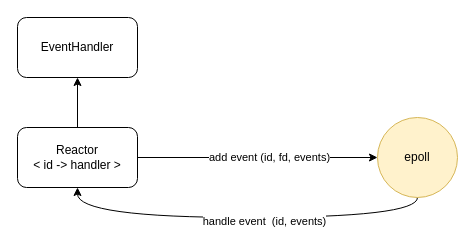
pilife/Draw.io keeps this draw.io diagram as Reactor.drawio. Above is the earlier version. Source tidied: cells renumbered, new cells numbered last; positions are measured from the earlier drawing's top-left corner, leaving out a move shared by most shapes. Both pictures are drawn from the tidied source at 100%, with x=0, y=0 at pixel (17, 17).
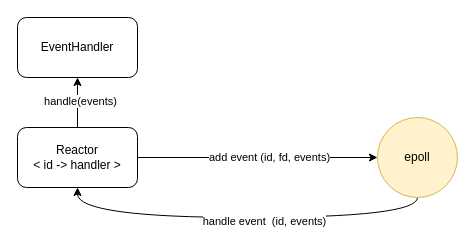
The same page after the edit.

Diff of the diagram source:
```diff
@@
 <mxGraphModel>
   <root>
     <mxCell id="0" />
     <mxCell id="1" parent="0" />
     <mxCell id="2" style="edgeStyle=orthogonalEdgeStyle;rounded=0;jettySize=auto;html=1;entryX=0.5;entryY=1;entryDx=0;entryDy=0;curved=1;" parent="1" edge="1" source="4" target="8">
       <mxGeometry relative="1" as="geometry">
         <Array as="points">
           <mxPoint x="400" y="200" />
           <mxPoint x="60" y="200" />
         </Array>
       </mxGeometry>
     </mxCell>
     <mxCell id="3" value="handle event&amp;nbsp; (id, events)" style="edgeLabel;html=1;align=center;verticalAlign=middle;" parent="2" vertex="1">
       <mxGeometry x="-0.11" y="3" relative="1" as="geometry" />
     </mxCell>
     <mxCell id="4" value="epoll" style="ellipse;whiteSpace=wrap;html=1;fillColor=#fff2cc;strokeColor=#d6b656;" parent="1" vertex="1">
       <mxGeometry x="360" y="100" width="80" height="80" as="geometry" />
     </mxCell>
     <mxCell id="5" style="edgeStyle=orthogonalEdgeStyle;rounded=0;jettySize=auto;html=1;" parent="1" edge="1" source="8" target="4">
       <mxGeometry relative="1" as="geometry" />
     </mxCell>
     <mxCell id="6" value="add event (id, fd, events)" style="edgeLabel;html=1;align=center;verticalAlign=middle;" parent="5" vertex="1">
       <mxGeometry x="0.09" y="2" relative="1" as="geometry">
         <mxPoint y="1" as="offset" />
       </mxGeometry>
     </mxCell>
     <mxCell id="7" style="rounded=0;jettySize=auto;html=1;exitX=0.5;exitY=0;exitDx=0;exitDy=0;entryX=0.5;entryY=1;entryDx=0;entryDy=0;" parent="1" edge="1" source="8" target="9">
       <mxGeometry relative="1" as="geometry" />
     </mxCell>
+    <mxCell id="10" value="handle(events)" style="edgeLabel;html=1;align=center;verticalAlign=middle;" parent="7" vertex="1">
+      <mxGeometry x="0.08" y="-2" relative="1" as="geometry" />
+    </mxCell>
     <mxCell id="8" value="Reactor&lt;br&gt;&amp;lt; id -&amp;gt; handler &amp;gt;" style="rounded=1;whiteSpace=wrap;html=1;" parent="1" vertex="1">
       <mxGeometry y="110" width="120" height="60" as="geometry" />
     </mxCell>
     <mxCell id="9" value="EventHandler" style="rounded=1;whiteSpace=wrap;html=1;" parent="1" vertex="1">
       <mxGeometry width="120" height="60" as="geometry" />
     </mxCell>
   </root>
 </mxGraphModel>
```
